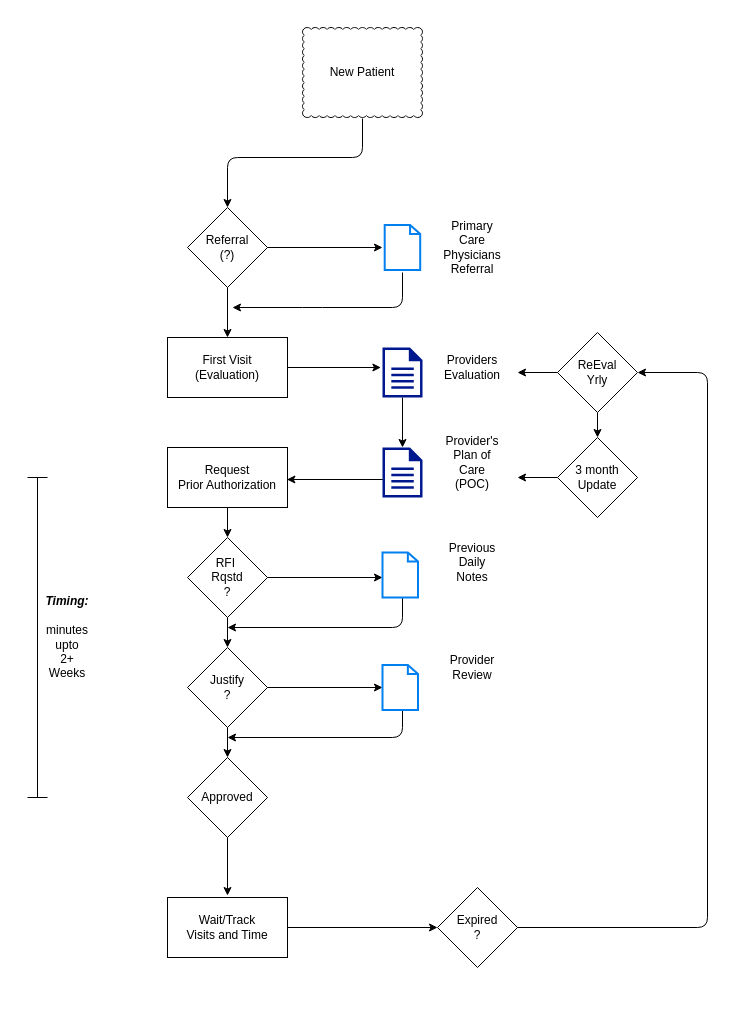
cashmy/pa_tracker keeps this draw.io diagram as public/Untitled Diagram.drawio. Above is the earlier version. Source tidied: cells renumbered, new cells numbered last; positions are measured from the earlier drawing's top-left corner, leaving out a move shared by most shapes. Both pictures are drawn from the tidied source at 100%, with x=0, y=0 at pixel (27, 27).
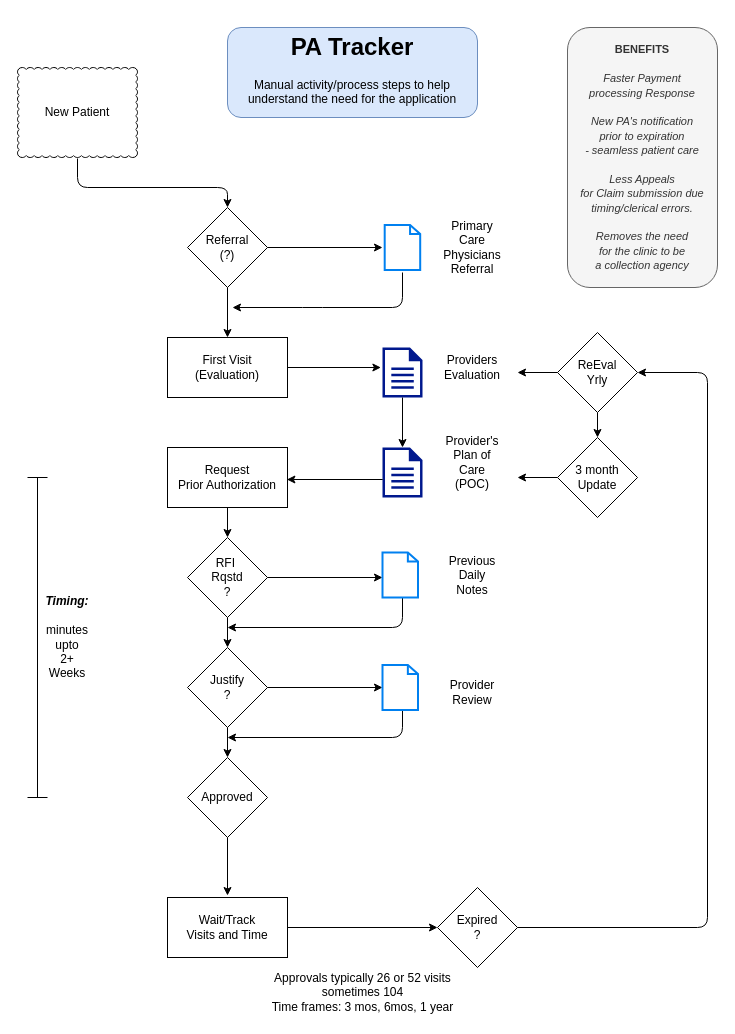
After the change.

The change refers to these unchanged cells:
```xml
<mxCell id="10" value="Referral&lt;br&gt;(?)" style="rhombus;whiteSpace=wrap;html=1;" parent="1" vertex="1">
  <mxGeometry x="160" y="180" width="80" height="80" as="geometry" />
</mxCell>
```

The edit, as a diff of the source:
```diff
@@
     <mxCell id="2" value="New Patient" style="whiteSpace=wrap;html=1;shape=mxgraph.basic.cloud_rect;" parent="1" vertex="1">
-      <mxGeometry x="275" width="120" height="90" as="geometry" />
+      <mxGeometry x="-10" y="40" width="120" height="90" as="geometry" />
     </mxCell>
@@
     <mxCell id="14" style="edgeStyle=segmentEdgeStyle;endArrow=classic;html=1;entryX=0.5;entryY=0;entryDx=0;entryDy=0;exitX=0.5;exitY=1.011;exitDx=0;exitDy=0;exitPerimeter=0;" parent="1" edge="1" source="2" target="10">
       <mxGeometry relative="1" as="geometry">
         <Array as="points">
-          <mxPoint x="335" y="130" />
-          <mxPoint x="200" y="130" />
+          <mxPoint x="50" y="160" />
+          <mxPoint x="200" y="160" />
         </Array>
       </mxGeometry>
     </mxCell>
@@
     <mxCell id="22" value="Provider&lt;br&gt;Review" style="text;html=1;strokeColor=none;fillColor=none;align=center;verticalAlign=middle;whiteSpace=wrap;rounded=0;" parent="1" vertex="1">
-      <mxGeometry x="425" y="630" width="40" height="20" as="geometry" />
+      <mxGeometry x="425" y="655" width="40" height="20" as="geometry" />
     </mxCell>
     <mxCell id="23" value="Previous&lt;br&gt;Daily&lt;br&gt;Notes" style="text;html=1;strokeColor=none;fillColor=none;align=center;verticalAlign=middle;whiteSpace=wrap;rounded=0;" parent="1" vertex="1">
-      <mxGeometry x="425" y="525" width="40" height="20" as="geometry" />
+      <mxGeometry x="425" y="537.5" width="40" height="20" as="geometry" />
     </mxCell>
@@
+    <mxCell id="45" value="Approvals typically 26 or 52 visits&lt;br&gt;sometimes 104&lt;br&gt;Time frames: 3 mos, 6mos, 1 year" style="text;html=1;strokeColor=none;fillColor=none;align=center;verticalAlign=middle;whiteSpace=wrap;rounded=0;" parent="1" vertex="1">
+      <mxGeometry x="228" y="940" width="215" height="50" as="geometry" />
+    </mxCell>
+    <mxCell id="46" value="&lt;font style=&quot;font-size: 11px&quot;&gt;&lt;b&gt;BENEFITS&lt;br&gt;&lt;/b&gt;&lt;br&gt;&lt;i&gt;Faster Payment &lt;br&gt;processing Response&lt;/i&gt;&lt;br&gt;&lt;br&gt;&lt;i&gt;New PA's notification &lt;br&gt;prior to expiration &lt;br&gt;- seamless patient care&lt;/i&gt;&lt;br&gt;&lt;br&gt;&lt;i&gt;Less Appeals &lt;br&gt;for Claim submission due timing/clerical errors.&lt;/i&gt;&lt;br&gt;&lt;br&gt;&lt;i&gt;Removes the need &lt;br&gt;for the clinic to be &lt;br&gt;a collection agency&lt;/i&gt;&lt;/font&gt;" style="text;html=1;strokeColor=#666666;fillColor=#f5f5f5;align=center;verticalAlign=middle;whiteSpace=wrap;rounded=1;fontColor=#333333;glass=0;shadow=0;sketch=0;" parent="1" vertex="1">
+      <mxGeometry x="540" width="150" height="260" as="geometry" />
+    </mxCell>
+    <mxCell id="47" value="&lt;h1&gt;PA Tracker&lt;/h1&gt;&lt;p&gt;Manual activity/process steps to help understand the need for the application&lt;/p&gt;" style="text;html=1;strokeColor=#6c8ebf;fillColor=#dae8fc;spacing=5;spacingTop=-20;whiteSpace=wrap;overflow=hidden;rounded=1;align=center;" parent="1" vertex="1">
+      <mxGeometry x="200" width="250" height="90" as="geometry" />
+    </mxCell>
```
